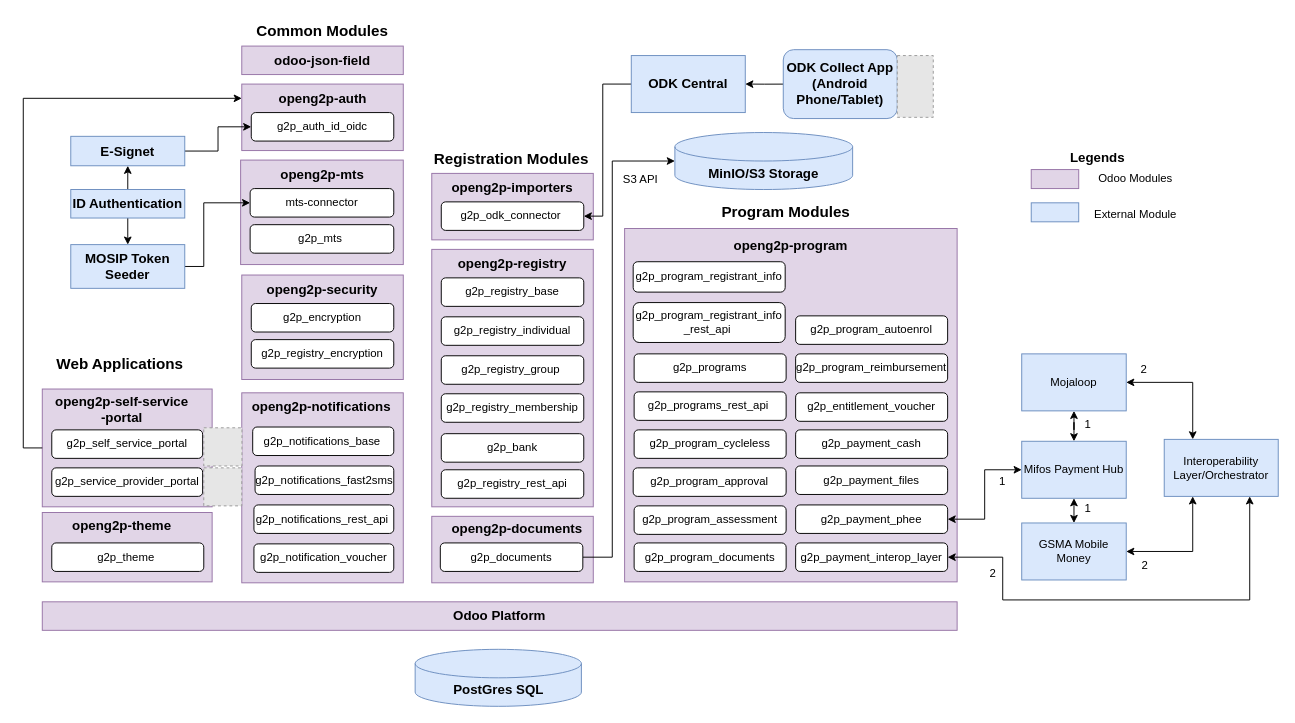
OpenG2P/openg2p-documentation keeps this draw.io diagram as .gitbook/assets/technical-architecture.drawio. Above is the earlier version. Source tidied: cells renumbered, new cells numbered last; positions are measured from the earlier drawing's top-left corner, leaving out a move shared by most shapes. Both pictures are drawn from the tidied source at 95%, with x=0, y=0 at pixel (23, 16). Pictures stored in the file or linked from it are replaced by grey dashed boxes.
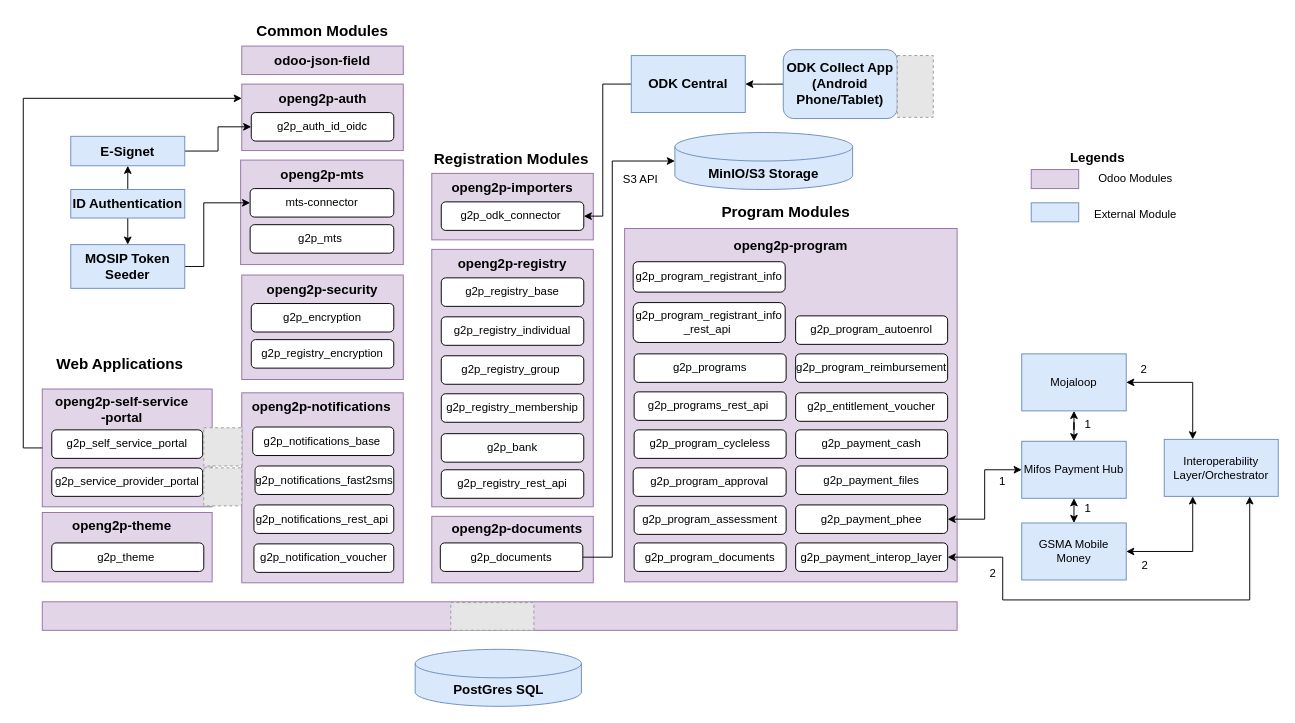
The same page after the edit.

Commit message:
Added Odoo Logo

The edit, as a diff of the source:
```diff
@@
-    <mxCell id="98" value="&lt;b&gt;&lt;font style=&quot;font-size: 14px;&quot;&gt;Odoo Platform&lt;/font&gt;&lt;/b&gt;" style="rounded=0;whiteSpace=wrap;html=1;fillColor=#e1d5e7;strokeColor=#9673a6;" parent="1" vertex="1">
+    <mxCell id="98" style="rounded=0;whiteSpace=wrap;html=1;fillColor=#e1d5e7;strokeColor=#9673a6;" parent="1" vertex="1">
       <mxGeometry x="20" y="616" width="963" height="30" as="geometry" />
     </mxCell>
@@
+    <mxCell id="104" style="fillColor=#E6E6E6;strokeColor=#999999;dashed=1;verticalLabelPosition=bottom;verticalAlign=top;" parent="1" vertex="1">
+      <mxGeometry x="450" y="616.8" width="87.5" height="29.2" as="geometry" />
+    </mxCell>
```
